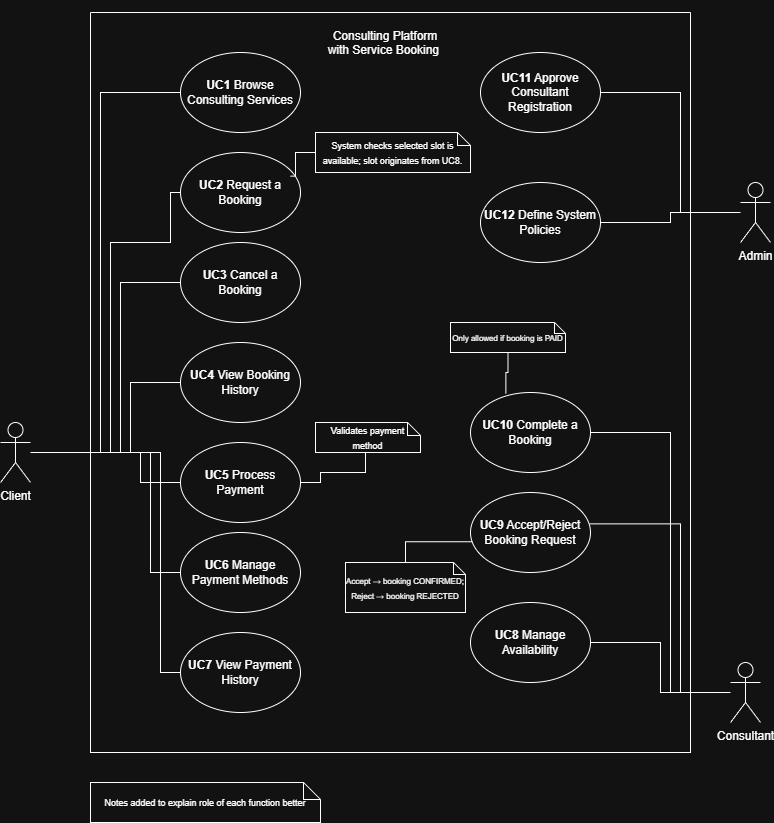
AliSheikhRabiei/EECS3311-Service-Booking-Platform keeps this draw.io diagram as Diagrams/UseCaseDiagram.drawio.png. Above is the earlier version. Source tidied: cells renumbered, new cells last; positions are measured from the earlier drawing's top-left corner, leaving out a move shared by most shapes. The source it was exported from:
```xml
<mxGraphModel>
  <root>
    <mxCell id="0" />
    <mxCell id="1" parent="0" />
    <mxCell id="2" style="edgeStyle=orthogonalEdgeStyle;rounded=0;jettySize=auto;html=1;entryX=1;entryY=0.5;entryDx=0;entryDy=0;endArrow=none;endFill=0;" parent="1" edge="1" source="3" target="17">
      <mxGeometry relative="1" as="geometry">
        <Array as="points">
          <mxPoint x="680" y="200" />
          <mxPoint x="680" y="80" />
        </Array>
      </mxGeometry>
    </mxCell>
    <mxCell id="3" value="Admin" style="shape=umlActor;verticalLabelPosition=bottom;verticalAlign=top;html=1;outlineConnect=0;" parent="1" vertex="1">
      <mxGeometry x="740" y="170" width="30" height="60" as="geometry" />
    </mxCell>
    <mxCell id="4" style="edgeStyle=orthogonalEdgeStyle;rounded=0;jettySize=auto;html=1;entryX=1;entryY=0.5;entryDx=0;entryDy=0;endArrow=none;endFill=0;" parent="1" edge="1" source="5" target="16">
      <mxGeometry relative="1" as="geometry">
        <Array as="points">
          <mxPoint x="670" y="680" />
          <mxPoint x="670" y="420" />
        </Array>
      </mxGeometry>
    </mxCell>
    <mxCell id="5" value="Consultant" style="shape=umlActor;verticalLabelPosition=bottom;verticalAlign=top;html=1;outlineConnect=0;" parent="1" vertex="1">
      <mxGeometry x="730" y="650" width="30" height="60" as="geometry" />
    </mxCell>
    <mxCell id="6" value="&#10;" style="swimlane;startSize=0;" parent="1" vertex="1">
      <mxGeometry x="90" width="600" height="740" as="geometry" />
    </mxCell>
    <mxCell id="7" value="&lt;strong&gt;UC1&lt;/strong&gt; Browse Consulting Services" style="ellipse;whiteSpace=wrap;html=1;" parent="6" vertex="1">
      <mxGeometry x="90" y="40" width="120" height="80" as="geometry" />
    </mxCell>
    <mxCell id="8" value="&lt;strong&gt;UC2&lt;/strong&gt; Request a Booking" style="ellipse;whiteSpace=wrap;html=1;" parent="6" vertex="1">
      <mxGeometry x="90" y="140" width="120" height="80" as="geometry" />
    </mxCell>
    <mxCell id="9" value="&lt;strong&gt;UC3&lt;/strong&gt; Cancel a Booking" style="ellipse;whiteSpace=wrap;html=1;" parent="6" vertex="1">
      <mxGeometry x="90" y="230" width="120" height="80" as="geometry" />
    </mxCell>
    <mxCell id="10" value="&lt;strong&gt;UC5&lt;/strong&gt; Process Payment" style="ellipse;whiteSpace=wrap;html=1;" parent="6" vertex="1">
      <mxGeometry x="90" y="430" width="120" height="80" as="geometry" />
    </mxCell>
    <mxCell id="11" value="&lt;strong&gt;UC4&lt;/strong&gt; View Booking History" style="ellipse;whiteSpace=wrap;html=1;" parent="6" vertex="1">
      <mxGeometry x="90" y="330" width="120" height="80" as="geometry" />
    </mxCell>
    <mxCell id="12" value="&lt;strong&gt;UC7&lt;/strong&gt; View Payment History" style="ellipse;whiteSpace=wrap;html=1;" parent="6" vertex="1">
      <mxGeometry x="90" y="620" width="120" height="80" as="geometry" />
    </mxCell>
    <mxCell id="13" value="&lt;strong&gt;UC6&lt;/strong&gt; Manage Payment Methods" style="ellipse;whiteSpace=wrap;html=1;" parent="6" vertex="1">
      <mxGeometry x="90" y="520" width="120" height="80" as="geometry" />
    </mxCell>
    <mxCell id="14" value="&lt;strong&gt;UC8&lt;/strong&gt; Manage Availability" style="ellipse;whiteSpace=wrap;html=1;" parent="6" vertex="1">
      <mxGeometry x="380" y="590" width="120" height="80" as="geometry" />
    </mxCell>
    <mxCell id="15" value="&lt;strong&gt;UC9&lt;/strong&gt; Accept/Reject Booking Request" style="ellipse;whiteSpace=wrap;html=1;" parent="6" vertex="1">
      <mxGeometry x="380" y="480" width="120" height="80" as="geometry" />
    </mxCell>
    <mxCell id="16" value="&lt;strong&gt;UC10&lt;/strong&gt; Complete a Booking" style="ellipse;whiteSpace=wrap;html=1;" parent="6" vertex="1">
      <mxGeometry x="380" y="380" width="120" height="80" as="geometry" />
    </mxCell>
    <mxCell id="17" value="&lt;strong&gt;UC11&lt;/strong&gt; Approve Consultant Registration" style="ellipse;whiteSpace=wrap;html=1;" parent="6" vertex="1">
      <mxGeometry x="390" y="40" width="120" height="80" as="geometry" />
    </mxCell>
    <mxCell id="18" value="&lt;strong&gt;UC12&lt;/strong&gt; Define System Policies" style="ellipse;whiteSpace=wrap;html=1;" parent="6" vertex="1">
      <mxGeometry x="390" y="170" width="120" height="80" as="geometry" />
    </mxCell>
    <mxCell id="19" value="&lt;br&gt;&lt;br style=&quot;forced-color-adjust: none; padding: 0px; margin: 0px; box-shadow: none !important;&quot;&gt;Consulting Platform with Service Booking&amp;nbsp;&lt;div style=&quot;forced-color-adjust: none; padding: 0px; margin: 0px; box-shadow: none !important;&quot;&gt;&lt;br style=&quot;forced-color-adjust: none; padding: 0px; margin: 0px; box-shadow: none !important;&quot;&gt;&lt;/div&gt;&lt;div style=&quot;forced-color-adjust: none; padding: 0px; margin: 0px; box-shadow: none !important;&quot;&gt;&lt;br style=&quot;forced-color-adjust: none; padding: 0px; margin: 0px; color: rgb(255, 255, 255); font-family: Helvetica; font-size: 12px; font-style: normal; font-variant-ligatures: normal; font-variant-caps: normal; font-weight: 700; letter-spacing: normal; orphans: 2; text-align: center; text-indent: 0px; text-transform: none; widows: 2; word-spacing: 0px; -webkit-text-stroke-width: 0px; white-space: nowrap; background-color: rgb(27, 29, 30); text-decoration-thickness: initial; text-decoration-style: initial; text-decoration-color: initial; box-shadow: none !important;&quot;&gt;&lt;br&gt;&lt;br&gt;&lt;/div&gt;" style="text;html=1;whiteSpace=wrap;strokeColor=none;fillColor=none;align=center;verticalAlign=middle;rounded=0;" parent="6" vertex="1">
      <mxGeometry x="230" y="30" width="130" height="30" as="geometry" />
    </mxCell>
    <mxCell id="20" value="&lt;font style=&quot;font-size: 9px;&quot;&gt;System checks selected slot is available; slot originates from UC8.&lt;/font&gt;" style="shape=note;size=13;whiteSpace=wrap;html=1;" parent="6" vertex="1">
      <mxGeometry x="225" y="120" width="155" height="40" as="geometry" />
    </mxCell>
    <mxCell id="21" style="edgeStyle=orthogonalEdgeStyle;rounded=0;jettySize=auto;html=1;entryX=0.915;entryY=0.295;entryDx=0;entryDy=0;entryPerimeter=0;endArrow=none;endFill=0;" parent="6" edge="1" source="20" target="8">
      <mxGeometry relative="1" as="geometry" />
    </mxCell>
    <mxCell id="22" value="&lt;font style=&quot;font-size: 8px;&quot;&gt;Accept → booking CONFIRMED;&lt;/font&gt;&lt;div&gt;&lt;font style=&quot;font-size: 8px;&quot;&gt;Reject → booking REJECTED&lt;/font&gt;&lt;/div&gt;" style="shape=note;size=12;whiteSpace=wrap;html=1;" parent="6" vertex="1">
      <mxGeometry x="255" y="550" width="120" height="50" as="geometry" />
    </mxCell>
    <mxCell id="23" style="edgeStyle=orthogonalEdgeStyle;rounded=0;jettySize=auto;html=1;entryX=0.015;entryY=0.615;entryDx=0;entryDy=0;entryPerimeter=0;endArrow=none;endFill=0;" parent="6" edge="1" source="22" target="15">
      <mxGeometry relative="1" as="geometry">
        <Array as="points">
          <mxPoint x="315" y="529" />
        </Array>
      </mxGeometry>
    </mxCell>
    <mxCell id="24" value="&lt;font style=&quot;font-size: 8px;&quot;&gt;Only allowed if booking is PAID&lt;/font&gt;" style="shape=note;size=11;whiteSpace=wrap;html=1;" parent="6" vertex="1">
      <mxGeometry x="360" y="310" width="115" height="30" as="geometry" />
    </mxCell>
    <mxCell id="25" style="edgeStyle=orthogonalEdgeStyle;rounded=0;jettySize=auto;html=1;entryX=0.295;entryY=0.015;entryDx=0;entryDy=0;entryPerimeter=0;endArrow=none;endFill=0;" parent="6" edge="1" source="24" target="16">
      <mxGeometry relative="1" as="geometry" />
    </mxCell>
    <mxCell id="26" style="edgeStyle=orthogonalEdgeStyle;rounded=0;jettySize=auto;html=1;entryX=1;entryY=0.5;entryDx=0;entryDy=0;endArrow=none;endFill=0;" parent="6" edge="1" source="27" target="10">
      <mxGeometry relative="1" as="geometry">
        <Array as="points">
          <mxPoint x="275" y="460" />
          <mxPoint x="230" y="460" />
          <mxPoint x="230" y="470" />
        </Array>
      </mxGeometry>
    </mxCell>
    <mxCell id="27" value="&lt;font style=&quot;font-size: 9px;&quot;&gt;Validates payment method&lt;/font&gt;" style="shape=note;size=13;whiteSpace=wrap;html=1;" parent="6" vertex="1">
      <mxGeometry x="225" y="410" width="105" height="30" as="geometry" />
    </mxCell>
    <mxCell id="28" style="edgeStyle=orthogonalEdgeStyle;rounded=0;jettySize=auto;html=1;entryX=0;entryY=0.5;entryDx=0;entryDy=0;endArrow=none;endFill=0;" parent="1" edge="1" source="34" target="9">
      <mxGeometry relative="1" as="geometry">
        <Array as="points">
          <mxPoint x="120" y="440" />
          <mxPoint x="120" y="270" />
        </Array>
      </mxGeometry>
    </mxCell>
    <mxCell id="29" style="edgeStyle=orthogonalEdgeStyle;rounded=0;jettySize=auto;html=1;entryX=0;entryY=0.5;entryDx=0;entryDy=0;endArrow=none;endFill=0;" parent="1" edge="1" source="34" target="11">
      <mxGeometry relative="1" as="geometry">
        <Array as="points">
          <mxPoint x="130" y="440" />
          <mxPoint x="130" y="370" />
        </Array>
      </mxGeometry>
    </mxCell>
    <mxCell id="30" style="edgeStyle=orthogonalEdgeStyle;rounded=0;jettySize=auto;html=1;entryX=0;entryY=0.5;entryDx=0;entryDy=0;endArrow=none;endFill=0;" parent="1" edge="1" source="34" target="10">
      <mxGeometry relative="1" as="geometry">
        <Array as="points">
          <mxPoint x="140" y="440" />
          <mxPoint x="140" y="470" />
        </Array>
      </mxGeometry>
    </mxCell>
    <mxCell id="31" style="edgeStyle=orthogonalEdgeStyle;rounded=0;jettySize=auto;html=1;entryX=0;entryY=0.5;entryDx=0;entryDy=0;endArrow=none;endFill=0;" parent="1" edge="1" source="34" target="13">
      <mxGeometry relative="1" as="geometry">
        <Array as="points">
          <mxPoint x="150" y="440" />
          <mxPoint x="150" y="560" />
        </Array>
      </mxGeometry>
    </mxCell>
    <mxCell id="32" style="edgeStyle=orthogonalEdgeStyle;rounded=0;jettySize=auto;html=1;entryX=0;entryY=0.5;entryDx=0;entryDy=0;endArrow=none;endFill=0;" parent="1" edge="1" source="34" target="12">
      <mxGeometry relative="1" as="geometry">
        <Array as="points">
          <mxPoint x="160" y="440" />
          <mxPoint x="160" y="660" />
        </Array>
      </mxGeometry>
    </mxCell>
    <mxCell id="33" style="edgeStyle=orthogonalEdgeStyle;rounded=0;jettySize=auto;html=1;entryX=0;entryY=0.5;entryDx=0;entryDy=0;endArrow=none;endFill=0;" parent="1" edge="1" source="34" target="7">
      <mxGeometry relative="1" as="geometry">
        <Array as="points">
          <mxPoint x="100" y="440" />
          <mxPoint x="100" y="80" />
        </Array>
      </mxGeometry>
    </mxCell>
    <mxCell id="34" value="Client" style="shape=umlActor;verticalLabelPosition=bottom;verticalAlign=top;html=1;outlineConnect=0;" parent="1" vertex="1">
      <mxGeometry y="410" width="30" height="60" as="geometry" />
    </mxCell>
    <mxCell id="35" style="edgeStyle=orthogonalEdgeStyle;rounded=0;jettySize=auto;html=1;entryX=0;entryY=0.5;entryDx=0;entryDy=0;endArrow=none;endFill=0;" parent="1" edge="1" source="34" target="8">
      <mxGeometry relative="1" as="geometry">
        <Array as="points">
          <mxPoint x="110" y="440" />
          <mxPoint x="110" y="230" />
          <mxPoint x="170" y="230" />
          <mxPoint x="170" y="180" />
        </Array>
      </mxGeometry>
    </mxCell>
    <mxCell id="36" style="edgeStyle=orthogonalEdgeStyle;rounded=0;jettySize=auto;html=1;entryX=1;entryY=0.5;entryDx=0;entryDy=0;endArrow=none;endFill=0;" parent="1" edge="1" source="3" target="18">
      <mxGeometry relative="1" as="geometry" />
    </mxCell>
    <mxCell id="37" style="edgeStyle=orthogonalEdgeStyle;rounded=0;jettySize=auto;html=1;entryX=1;entryY=0.5;entryDx=0;entryDy=0;endArrow=none;endFill=0;" parent="1" edge="1" source="5" target="14">
      <mxGeometry relative="1" as="geometry" />
    </mxCell>
    <mxCell id="38" style="edgeStyle=orthogonalEdgeStyle;rounded=0;jettySize=auto;html=1;entryX=0.992;entryY=0.392;entryDx=0;entryDy=0;entryPerimeter=0;endArrow=none;endFill=0;" parent="1" edge="1" source="5" target="15">
      <mxGeometry relative="1" as="geometry">
        <Array as="points">
          <mxPoint x="680" y="680" />
          <mxPoint x="680" y="511" />
        </Array>
      </mxGeometry>
    </mxCell>
    <mxCell id="39" value="&lt;font style=&quot;font-size: 9px;&quot;&gt;Notes added to explain role of each function better&lt;/font&gt;" style="shape=note;size=17;whiteSpace=wrap;html=1;" parent="1" vertex="1">
      <mxGeometry x="90" y="770" width="230" height="40" as="geometry" />
    </mxCell>
  </root>
</mxGraphModel>
```
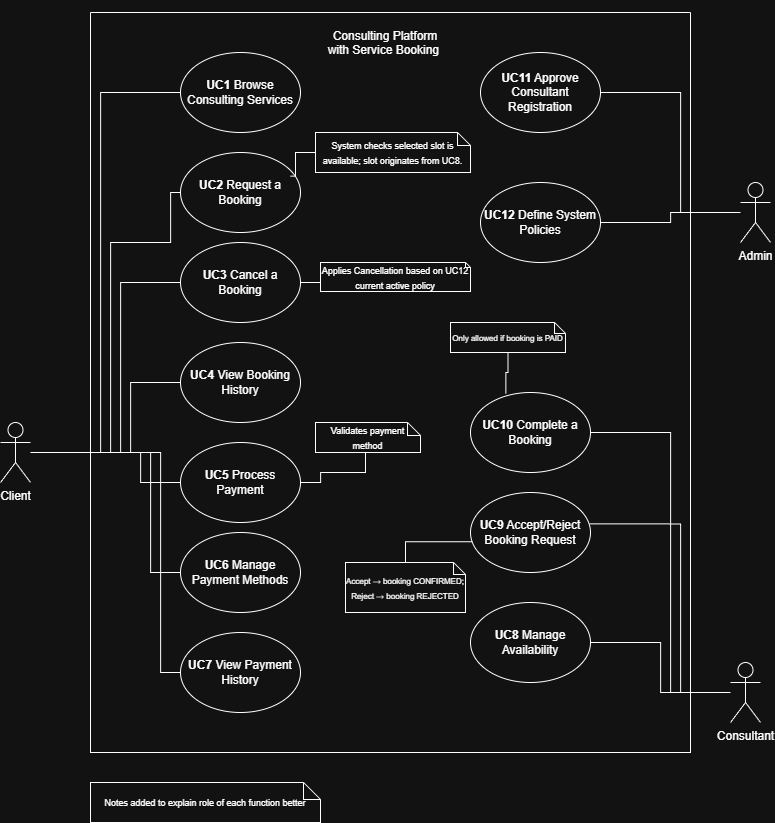
The same diagram one commit later.

What changed in the source:
```diff
@@ -33,6 +33,9 @@
     <mxCell id="8" value="&lt;strong&gt;UC2&lt;/strong&gt; Request a Booking" style="ellipse;whiteSpace=wrap;html=1;" parent="6" vertex="1">
       <mxGeometry x="90" y="140" width="120" height="80" as="geometry" />
     </mxCell>
+    <mxCell id="40" style="edgeStyle=orthogonalEdgeStyle;rounded=0;jettySize=auto;html=1;endArrow=none;endFill=0;" parent="6" edge="1" source="9" target="41">
+      <mxGeometry relative="1" as="geometry" />
+    </mxCell>
     <mxCell id="9" value="&lt;strong&gt;UC3&lt;/strong&gt; Cancel a Booking" style="ellipse;whiteSpace=wrap;html=1;" parent="6" vertex="1">
       <mxGeometry x="90" y="230" width="120" height="80" as="geometry" />
     </mxCell>
@@ -100,6 +103,9 @@
     <mxCell id="27" value="&lt;font style=&quot;font-size: 9px;&quot;&gt;Validates payment method&lt;/font&gt;" style="shape=note;size=13;whiteSpace=wrap;html=1;" parent="6" vertex="1">
       <mxGeometry x="225" y="410" width="105" height="30" as="geometry" />
     </mxCell>
+    <mxCell id="41" value="&lt;font style=&quot;font-size: 9px;&quot;&gt;Applies Cancellation based on UC12 current active policy&lt;/font&gt;" style="shape=note;size=5;whiteSpace=wrap;html=1;" parent="6" vertex="1">
+      <mxGeometry x="230" y="250" width="150" height="29" as="geometry" />
+    </mxCell>
     <mxCell id="28" style="edgeStyle=orthogonalEdgeStyle;rounded=0;jettySize=auto;html=1;entryX=0;entryY=0.5;entryDx=0;entryDy=0;endArrow=none;endFill=0;" parent="1" edge="1" source="34" target="9">
       <mxGeometry relative="1" as="geometry">
         <Array as="points">
```
